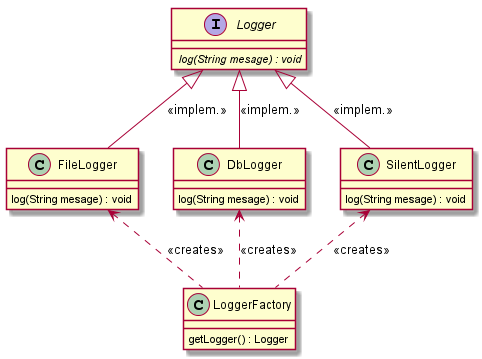
familyboateaf4v/doubleSlashde9 keeps this PlantUML diagram as doc/images/factory_method.png. Above is the earlier version. Source of this version:
```plantuml
@startuml

interface Logger {
{abstract} log(String mesage) : void
}

class FileLogger {
log(String mesage) : void
}

class DbLogger {
log(String mesage) : void
}

class SilentLogger {
log(String mesage) : void
}

class LoggerFactory {
getLogger() : Logger
}

Logger <|-- FileLogger : <<implem.>>
Logger <|-- DbLogger : <<implem.>>
Logger <|-- SilentLogger : <<implem.>>

LoggerFactory .up.> SilentLogger: <<creates>>
LoggerFactory .up.> DbLogger: <<creates>>
LoggerFactory .up.> FileLogger: <<creates>>

@enduml
```
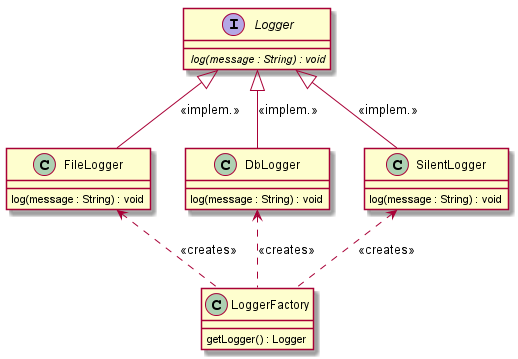
Later version of the same file.

Change to the diagram source:
```diff
@@ -1,19 +1,19 @@
 @startuml
 
 interface Logger {
-{abstract} log(String mesage) : void
+{abstract} log(message : String) : void
 }
 
 class FileLogger {
-log(String mesage) : void
+log(message : String) : void
 }
 
 class DbLogger {
-log(String mesage) : void
+log(message : String) : void
 }
 
 class SilentLogger {
-log(String mesage) : void
+log(message : String) : void
 }
 
 class LoggerFactory {
```
